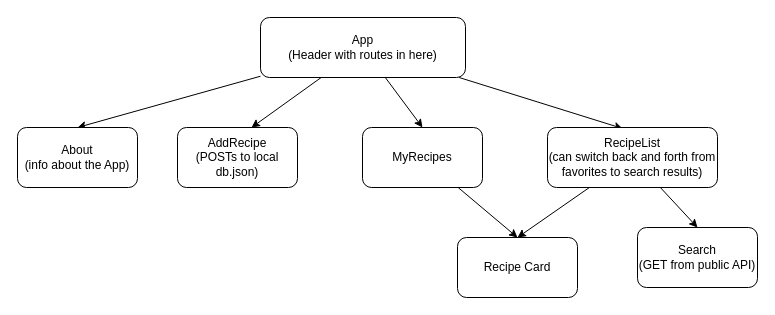
vcali02/Forage keeps this draw.io diagram as Forage.drawio. Above is the earlier version. Source tidied: cells renumbered, new cells numbered last; positions are measured from the earlier drawing's top-left corner, leaving out a move shared by most shapes. Both pictures are drawn from the tidied source at 100%, with x=0, y=0 at pixel (17, 17).
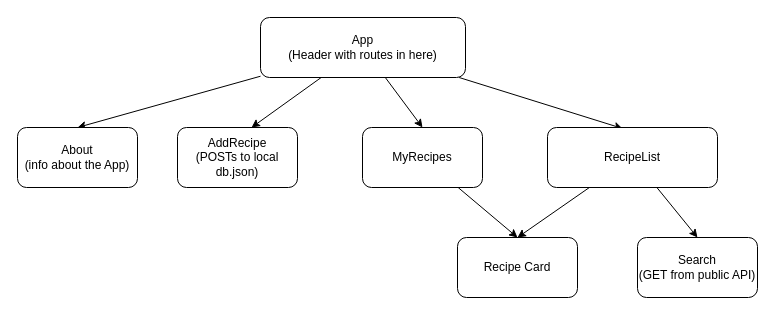
The same page after the edit.

Change to the diagram source:
```diff
@@
 <mxGraphModel>
   <root>
     <mxCell id="0" />
     <mxCell id="1" parent="0" />
     <mxCell id="2" style="edgeStyle=none;html=1;entryX=0.442;entryY=0.017;entryDx=0;entryDy=0;entryPerimeter=0;" parent="1" edge="1" source="6" target="10">
       <mxGeometry relative="1" as="geometry" />
     </mxCell>
     <mxCell id="3" style="edgeStyle=none;html=1;entryX=0.617;entryY=0;entryDx=0;entryDy=0;entryPerimeter=0;" parent="1" edge="1" source="6" target="12">
       <mxGeometry relative="1" as="geometry" />
     </mxCell>
     <mxCell id="4" style="edgeStyle=none;html=1;entryX=0.5;entryY=0;entryDx=0;entryDy=0;" parent="1" edge="1" source="6" target="13">
       <mxGeometry relative="1" as="geometry" />
     </mxCell>
     <mxCell id="5" style="edgeStyle=none;html=1;entryX=0.5;entryY=0;entryDx=0;entryDy=0;" parent="1" edge="1" source="6" target="15">
       <mxGeometry relative="1" as="geometry" />
     </mxCell>
     <mxCell id="6" value="App&lt;br&gt;(Header with routes in here)" style="rounded=1;whiteSpace=wrap;html=1;" parent="1" vertex="1">
       <mxGeometry x="243" width="205" height="60" as="geometry" />
     </mxCell>
     <mxCell id="7" value="Search&lt;br&gt;(GET from public API)" style="rounded=1;whiteSpace=wrap;html=1;" parent="1" vertex="1">
-      <mxGeometry x="620" y="210" width="120" height="60" as="geometry" />
+      <mxGeometry x="620" y="220" width="120" height="60" as="geometry" />
     </mxCell>
     <mxCell id="8" style="edgeStyle=none;html=1;entryX=0.5;entryY=0;entryDx=0;entryDy=0;" parent="1" edge="1" source="10" target="11">
       <mxGeometry relative="1" as="geometry" />
     </mxCell>
     <mxCell id="9" style="edgeStyle=none;html=1;entryX=0.5;entryY=0;entryDx=0;entryDy=0;" parent="1" edge="1" source="10" target="7">
       <mxGeometry relative="1" as="geometry" />
     </mxCell>
-    <mxCell id="10" value="RecipeList&lt;br&gt;(can switch back and forth from favorites to search results)" style="rounded=1;whiteSpace=wrap;html=1;" parent="1" vertex="1">
+    <mxCell id="10" value="RecipeList" style="rounded=1;whiteSpace=wrap;html=1;" parent="1" vertex="1">
       <mxGeometry x="530" y="110" width="170" height="60" as="geometry" />
     </mxCell>
     <mxCell id="11" value="Recipe Card" style="rounded=1;whiteSpace=wrap;html=1;" parent="1" vertex="1">
       <mxGeometry x="440" y="220" width="120" height="60" as="geometry" />
     </mxCell>
     <mxCell id="12" value="AddRecipe&lt;br&gt;(POSTs to local db.json)" style="rounded=1;whiteSpace=wrap;html=1;" parent="1" vertex="1">
       <mxGeometry x="160" y="110" width="120" height="60" as="geometry" />
     </mxCell>
     <mxCell id="13" value="About&lt;br&gt;(info about the App)" style="rounded=1;whiteSpace=wrap;html=1;" parent="1" vertex="1">
       <mxGeometry y="110" width="120" height="60" as="geometry" />
     </mxCell>
     <mxCell id="14" style="edgeStyle=none;html=1;entryX=0.5;entryY=0;entryDx=0;entryDy=0;" parent="1" edge="1" source="15" target="11">
       <mxGeometry relative="1" as="geometry" />
     </mxCell>
     <mxCell id="15" value="MyRecipes" style="rounded=1;whiteSpace=wrap;html=1;" parent="1" vertex="1">
       <mxGeometry x="345" y="110" width="120" height="60" as="geometry" />
     </mxCell>
   </root>
 </mxGraphModel>
```
